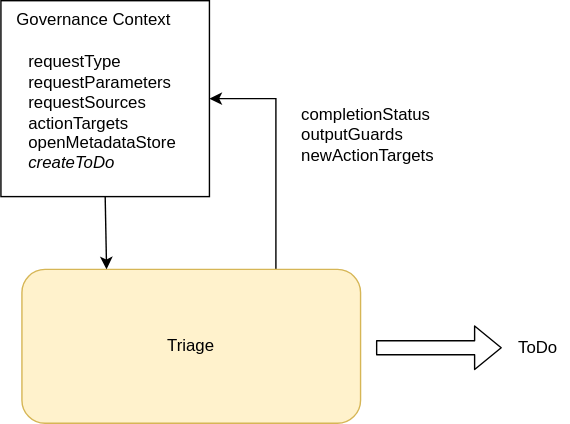
odpi/egeria-docs keeps this draw.io diagram as site/docs/frameworks/gaf/triage-governance-service-context.svg. Above is the earlier version. Source tidied: cells renumbered, new cells last; positions are measured from the earlier drawing's top-left corner, leaving out a move shared by most shapes. The source it was exported from:
```xml
<mxGraphModel>
  <root>
    <mxCell id="0" />
    <mxCell id="1" parent="0" />
    <mxCell id="2" style="rounded=0;whiteSpace=wrap;html=1;strokeColor=#000000;strokeWidth=1;align=left;" parent="1" vertex="1">
      <mxGeometry width="149" height="140" as="geometry" />
    </mxCell>
    <mxCell id="3" style="edgeStyle=orthogonalEdgeStyle;rounded=0;jettySize=auto;html=1;exitX=0.75;exitY=0;exitDx=0;exitDy=0;entryX=1;entryY=0.5;entryDx=0;entryDy=0;" parent="1" edge="1" source="4" target="2">
      <mxGeometry relative="1" as="geometry">
        <Array as="points">
          <mxPoint x="197" y="70" />
        </Array>
      </mxGeometry>
    </mxCell>
    <mxCell id="4" value="Triage" style="rounded=1;whiteSpace=wrap;html=1;fillColor=#fff2cc;strokeColor=#d6b656;" parent="1" vertex="1">
      <mxGeometry x="15" y="192" width="242" height="110" as="geometry" />
    </mxCell>
    <mxCell id="5" style="rounded=0;jettySize=auto;html=1;entryX=0.25;entryY=0;entryDx=0;entryDy=0;exitX=0.5;exitY=1;exitDx=0;exitDy=0;" parent="1" edge="1" source="2" target="4">
      <mxGeometry relative="1" as="geometry" />
    </mxCell>
    <mxCell id="6" value="requestType&lt;br&gt;requestParameters&lt;br&gt;requestSources&lt;br&gt;actionTargets&lt;br&gt;openMetadataStore&lt;br&gt;&lt;i&gt;createToDo&lt;br&gt;&lt;/i&gt;" style="text;html=1;align=left;verticalAlign=middle;perimeterSpacing=3;" parent="1" vertex="1">
      <mxGeometry x="18" y="34.5" width="120" height="90" as="geometry" />
    </mxCell>
    <mxCell id="7" value="Governance Context" style="text;html=1;align=center;verticalAlign=middle;" parent="1" vertex="1">
      <mxGeometry x="5.5" y="5" width="120" height="18" as="geometry" />
    </mxCell>
    <mxCell id="8" value="ToDo" style="text;html=1;align=left;verticalAlign=middle;" parent="1" vertex="1">
      <mxGeometry x="368" y="239" width="38" height="18" as="geometry" />
    </mxCell>
    <mxCell id="9" style="shape=flexArrow;endArrow=classic;html=1;" parent="1" edge="1">
      <mxGeometry x="981" y="-346" as="geometry">
        <mxPoint x="268" y="248" as="sourcePoint" />
        <mxPoint x="358" y="248" as="targetPoint" />
      </mxGeometry>
    </mxCell>
    <mxCell id="10" value="completionStatus&lt;br&gt;outputGuards&lt;br&gt;newActionTargets" style="text;html=1;align=left;verticalAlign=middle;" parent="1" vertex="1">
      <mxGeometry x="213" y="73" width="105" height="46" as="geometry" />
    </mxCell>
  </root>
</mxGraphModel>
```
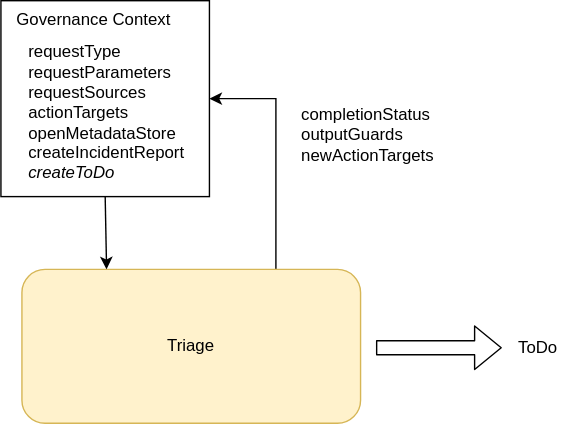
Later version of the same file.

What changed in the source:
```diff
@@ -18,8 +18,8 @@
     <mxCell id="5" style="rounded=0;jettySize=auto;html=1;entryX=0.25;entryY=0;entryDx=0;entryDy=0;exitX=0.5;exitY=1;exitDx=0;exitDy=0;" parent="1" edge="1" source="2" target="4">
       <mxGeometry relative="1" as="geometry" />
     </mxCell>
-    <mxCell id="6" value="requestType&lt;br&gt;requestParameters&lt;br&gt;requestSources&lt;br&gt;actionTargets&lt;br&gt;openMetadataStore&lt;br&gt;&lt;i&gt;createToDo&lt;br&gt;&lt;/i&gt;" style="text;html=1;align=left;verticalAlign=middle;perimeterSpacing=3;" parent="1" vertex="1">
-      <mxGeometry x="18" y="34.5" width="120" height="90" as="geometry" />
+    <mxCell id="6" value="requestType&lt;br&gt;requestParameters&lt;br&gt;requestSources&lt;br&gt;actionTargets&lt;br&gt;openMetadataStore&lt;br&gt;createIncidentReport&lt;br&gt;&lt;i&gt;createToDo&lt;br&gt;&lt;/i&gt;" style="text;html=1;align=left;verticalAlign=middle;perimeterSpacing=3;" parent="1" vertex="1">
+      <mxGeometry x="18" y="29.5" width="130" height="100" as="geometry" />
     </mxCell>
     <mxCell id="7" value="Governance Context" style="text;html=1;align=center;verticalAlign=middle;" parent="1" vertex="1">
       <mxGeometry x="5.5" y="5" width="120" height="18" as="geometry" />
```
